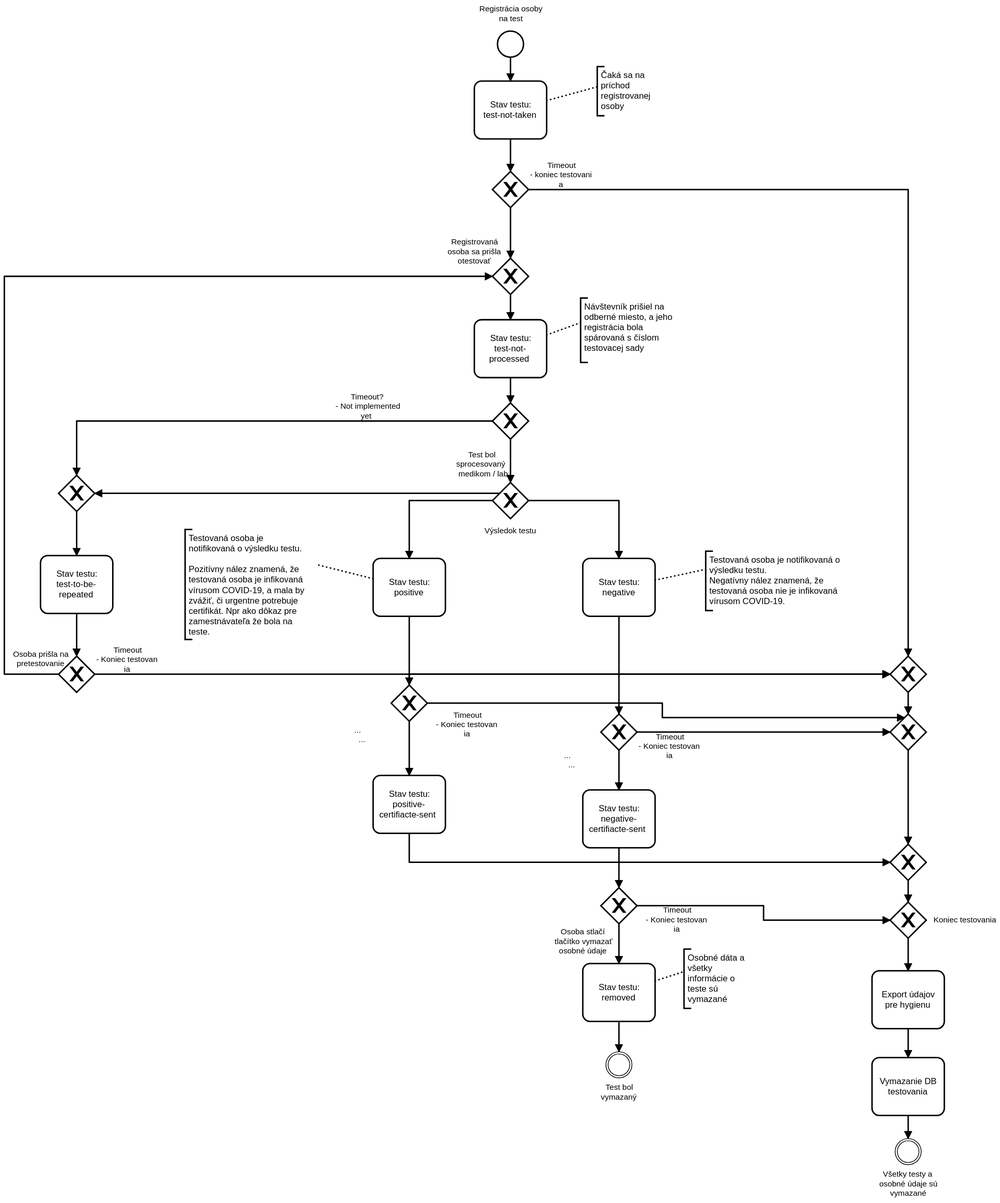
Above: public/images/process/sk/states-of-test.svg in scholtz/covid-sk (BPMN), before the change. Its source is kept beside it as public/images/process/sk/states-of-test.bpmn. Ids are renumbered.
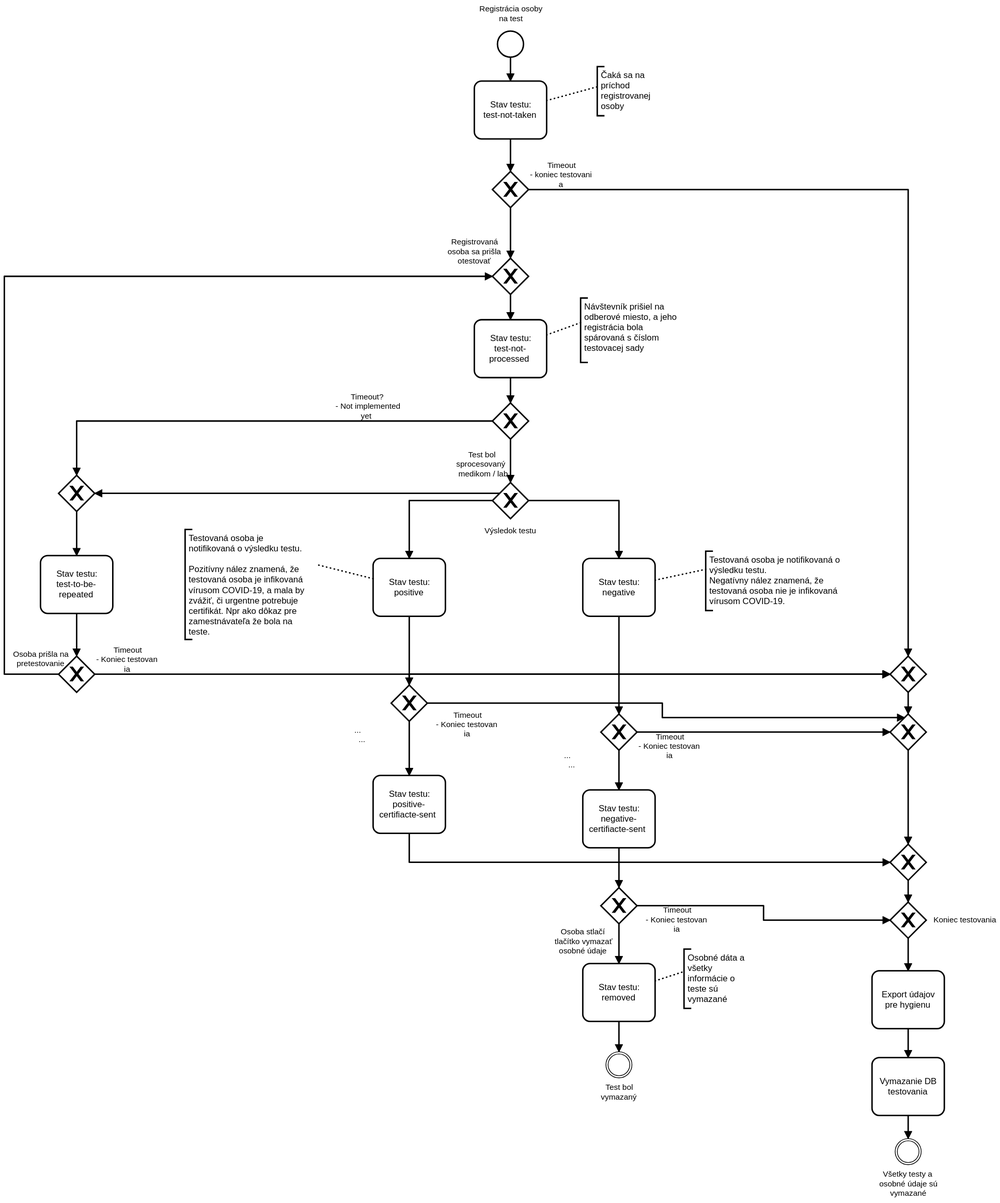
Above is the later version.

The edit, as a diff of the source:
```diff
@@ -165,7 +165,7 @@
     </bpmn:textAnnotation>
     <bpmn:association id="Association_n66" sourceRef="Activity_n5" targetRef="TextAnnotation_n65" />
     <bpmn:textAnnotation id="TextAnnotation_n67">
-      <bpmn:text>Návštevník prišiel na odberné miesto, a jeho registrácia bola spárovaná s číslom testovacej sady</bpmn:text>
+      <bpmn:text>Návštevník prišiel na odberové miesto, a jeho registrácia bola spárovaná s číslom testovacej sady</bpmn:text>
     </bpmn:textAnnotation>
     <bpmn:association id="Association_n68" sourceRef="Activity_n10" targetRef="TextAnnotation_n67" />
     <bpmn:textAnnotation id="TextAnnotation_n69">
```
